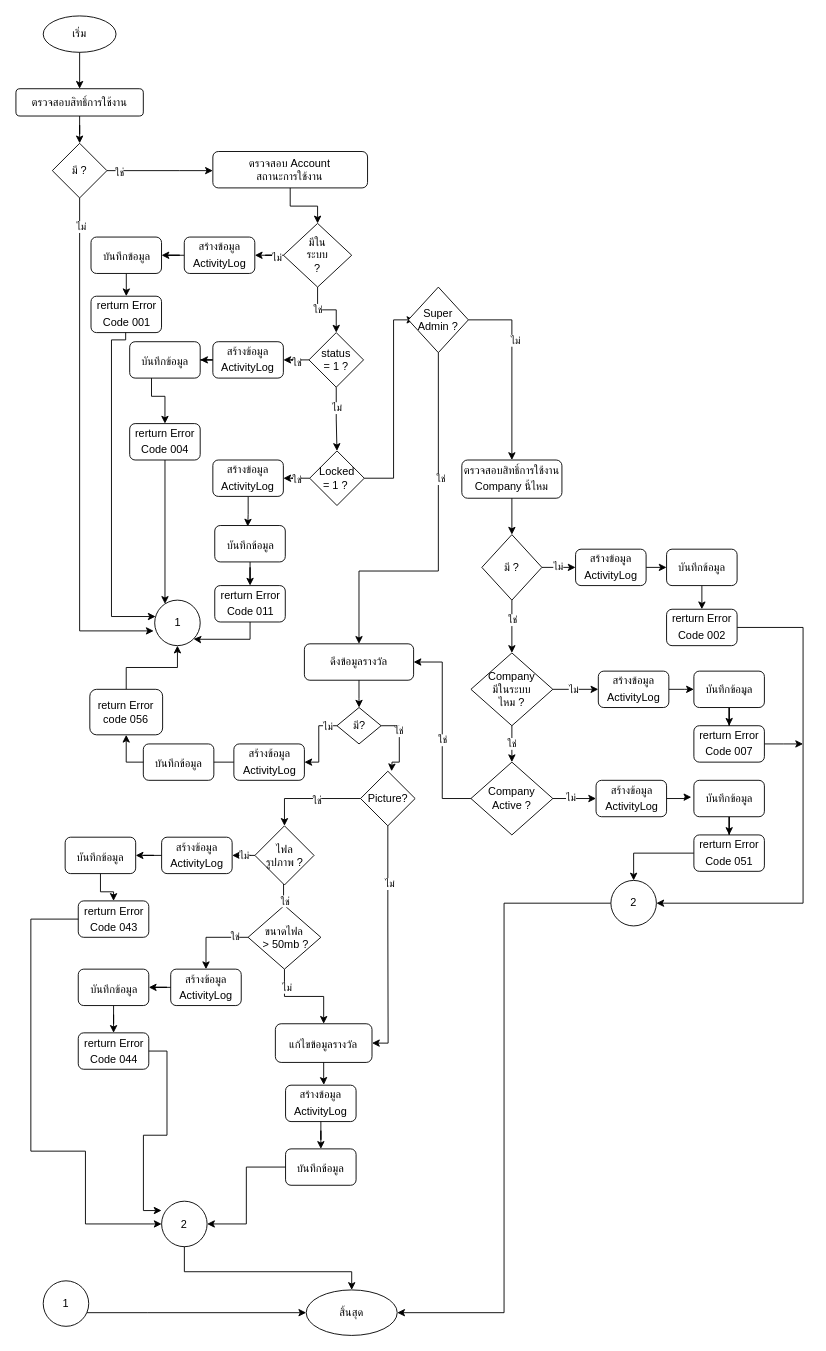
Before: page "หน้า-4" (4 of 4) of ImpotantFinancialInfo.drawio in charifrodmanee/charifrodmanee, a draw.io diagram. Source tidied: cells renumbered, new cells numbered last; positions are measured from the earlier drawing's top-left corner, leaving out a move shared by most shapes. Both pictures are drawn from the tidied source at 91%, with x=0, y=0 at pixel (15, 15).
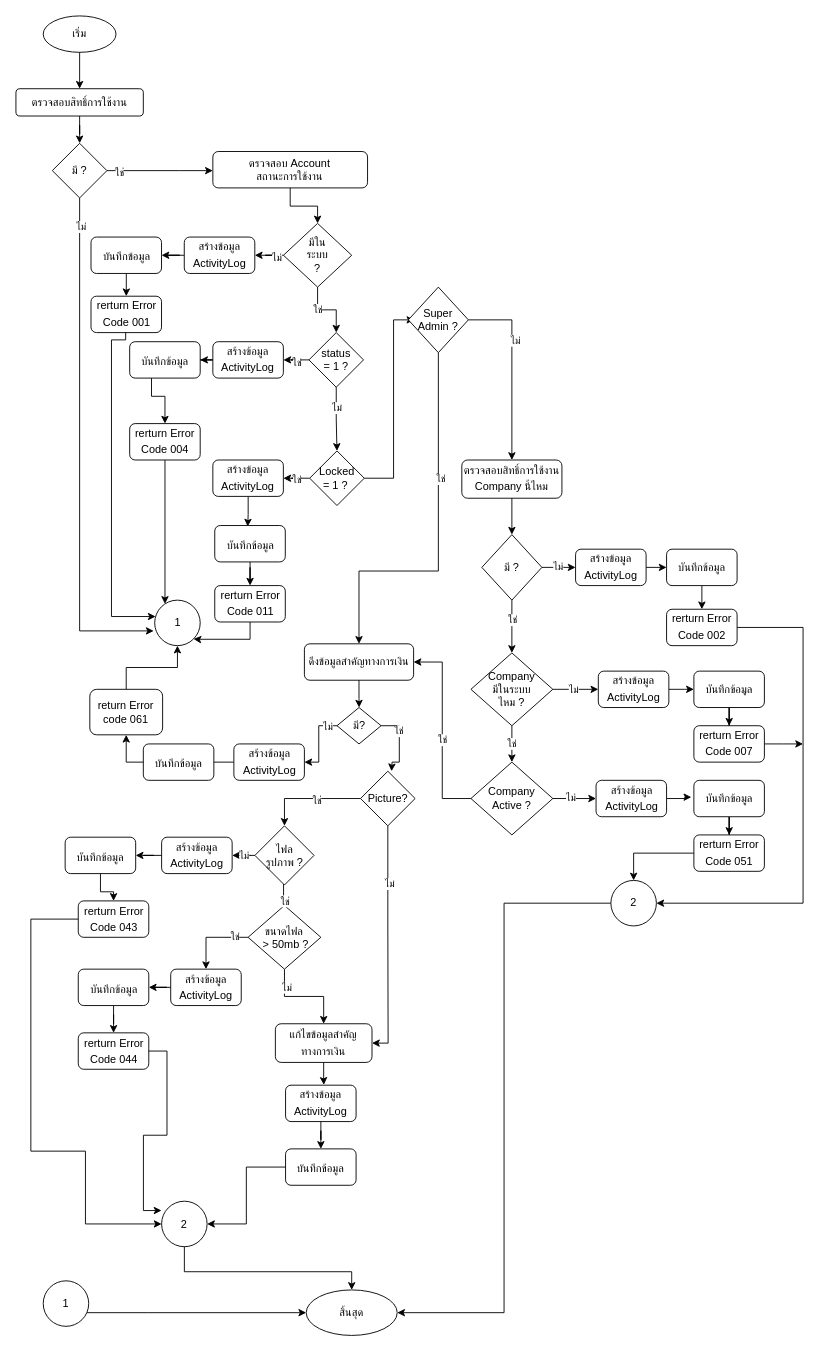
Above is the later version.

Unchanged cells that the change refers to:
```xml
<mxCell id="93" style="group;" parent="92" vertex="1">
  <mxGeometry x="273.7" y="217.5" width="96.2" height="177.5" as="geometry" />
</mxCell>
```

Diff of the diagram source:
```diff
@@
-    <mxCell id="94" value="แก้ไขข้อมูลรางวัล&lt;span style=&quot;font-size: medium; text-align: start;&quot;&gt;&lt;/span&gt;" style="rounded=1;whiteSpace=wrap;html=1;" parent="93" vertex="1">
+    <mxCell id="94" value="แก้ไขข้อมูลสำคัญทางการเงิน&lt;span style=&quot;font-size: medium; text-align: start;&quot;&gt;&lt;/span&gt;" style="rounded=1;whiteSpace=wrap;html=1;" parent="93" vertex="1">
       <mxGeometry x="-5" width="106.2" height="42.5" as="geometry" />
     </mxCell>
@@
-    <mxCell id="127" value="ดึงข้อมูลรางวัล" style="rounded=1;whiteSpace=wrap;html=1;" parent="1" vertex="1">
+    <mxCell id="127" value="ดึงข้อมูลสำคัญทางการเงิน" style="rounded=1;whiteSpace=wrap;html=1;" parent="1" vertex="1">
       <mxGeometry x="317" y="690" width="120" height="40" as="geometry" />
     </mxCell>
@@
-    <mxCell id="133" value="return Error code 056" style="rounded=1;whiteSpace=wrap;html=1;" parent="1" vertex="1">
+    <mxCell id="133" value="return Error code 061" style="rounded=1;whiteSpace=wrap;html=1;" parent="1" vertex="1">
       <mxGeometry x="81.2" y="740" width="80" height="50" as="geometry" />
     </mxCell>
```
